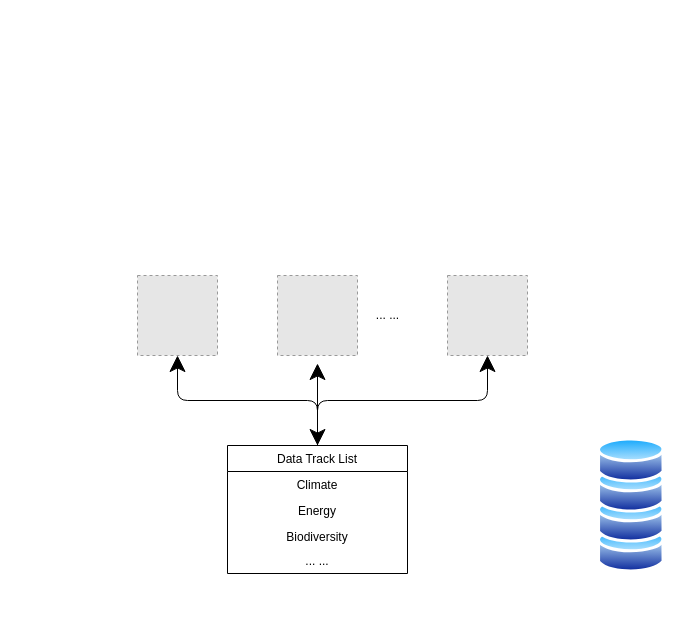
Before: Untitled Diagram.drawio in ruibei/greenpeace_datahub, a draw.io diagram. Source tidied: cells renumbered, new cells numbered last; positions are measured from the earlier drawing's top-left corner, leaving out a move shared by most shapes. Both pictures are drawn from the tidied source at 100%, with x=0, y=0 at pixel (137, 275). Pictures stored in the file or linked from it are replaced by grey dashed boxes.
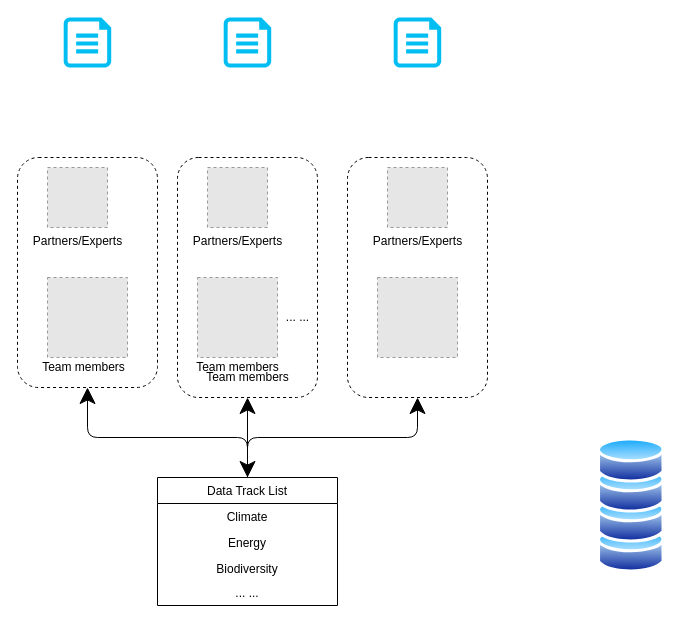
Above is the later version.

Change to the diagram source:
```diff
@@
     <mxCell id="2" value="Data Track List" style="swimlane;fontStyle=0;horizontal=1;startSize=26;fillColor=none;hachureGap=4;" parent="1" vertex="1">
-      <mxGeometry x="90" y="170" width="180" height="128" as="geometry" />
+      <mxGeometry x="20" y="202" width="180" height="128" as="geometry" />
     </mxCell>
@@
     <mxCell id="11" style="fillColor=#E6E6E6;strokeColor=#999999;dashed=1;html=1;verticalAlign=top;verticalLabelPosition=bottom;labelBackgroundColor=#ffffff;" parent="1" vertex="1">
-      <mxGeometry width="80" height="80" as="geometry" />
+      <mxGeometry x="-90" y="2" width="80" height="80" as="geometry" />
     </mxCell>
-    <mxCell id="12" style="fillColor=#E6E6E6;strokeColor=#999999;dashed=1;html=1;verticalAlign=top;verticalLabelPosition=bottom;labelBackgroundColor=#ffffff;" parent="1" vertex="1">
-      <mxGeometry x="140" width="80" height="80" as="geometry" />
-    </mxCell>
-    <mxCell id="13" style="fillColor=#E6E6E6;strokeColor=#999999;dashed=1;html=1;verticalAlign=top;verticalLabelPosition=bottom;labelBackgroundColor=#ffffff;" parent="1" vertex="1">
-      <mxGeometry x="310" width="80" height="80" as="geometry" />
-    </mxCell>
     <mxCell id="14" value="... ..." style="text;html=1;align=center;verticalAlign=middle;strokeColor=none;fillColor=none;" parent="1" vertex="1">
-      <mxGeometry x="230" y="30" width="40" height="20" as="geometry" />
+      <mxGeometry x="140" y="32" width="40" height="20" as="geometry" />
     </mxCell>
-    <mxCell id="15" style="edgeStyle=elbowEdgeStyle;elbow=vertical;endArrow=classic;html=1;startSize=14;endSize=14;sourcePerimeterSpacing=8;targetPerimeterSpacing=8;exitX=0.5;exitY=0;exitDx=0;exitDy=0;entryX=0.5;entryY=1;entryDx=0;entryDy=0;horizontal=1;" parent="1" edge="1" source="2" target="11">
-      <mxGeometry relative="1" as="geometry" />
+    <mxCell id="15" style="edgeStyle=elbowEdgeStyle;elbow=vertical;endArrow=classic;html=1;startSize=14;endSize=14;sourcePerimeterSpacing=8;targetPerimeterSpacing=8;exitX=0.5;exitY=0;exitDx=0;exitDy=0;horizontal=1;" parent="1" edge="1" source="2">
+      <mxGeometry relative="1" as="geometry">
+        <mxPoint x="-50" y="112" as="targetPoint" />
+        <Array as="points">
+          <mxPoint x="30" y="162" />
+        </Array>
+      </mxGeometry>
     </mxCell>
-    <mxCell id="16" style="edgeStyle=elbowEdgeStyle;elbow=vertical;endArrow=classic;html=1;startSize=14;endSize=14;sourcePerimeterSpacing=8;targetPerimeterSpacing=8;exitX=0.5;exitY=0;exitDx=0;exitDy=0;entryX=0.5;entryY=1;entryDx=0;entryDy=0;" parent="1" edge="1" source="2" target="13">
-      <mxGeometry relative="1" as="geometry" />
+    <mxCell id="16" style="edgeStyle=elbowEdgeStyle;elbow=vertical;endArrow=classic;html=1;startSize=14;endSize=14;sourcePerimeterSpacing=8;targetPerimeterSpacing=8;exitX=0.5;exitY=0;exitDx=0;exitDy=0;entryX=0.5;entryY=1;entryDx=0;entryDy=0;" parent="1" edge="1" source="2" target="20">
+      <mxGeometry relative="1" as="geometry">
+        <Array as="points">
+          <mxPoint x="190" y="162" />
+        </Array>
+      </mxGeometry>
     </mxCell>
-    <mxCell id="17" style="endArrow=classic;startArrow=classic;html=1;startSize=14;endSize=14;sourcePerimeterSpacing=8;targetPerimeterSpacing=8;" parent="1" edge="1" target="12">
-      <mxGeometry relative="1" as="geometry">
-        <mxPoint x="180" y="170" as="sourcePoint" />
-      </mxGeometry>
+    <mxCell id="17" style="endArrow=classic;startArrow=classic;html=1;startSize=14;endSize=14;sourcePerimeterSpacing=8;targetPerimeterSpacing=8;exitX=0.5;exitY=0;exitDx=0;exitDy=0;entryX=0.5;entryY=1;entryDx=0;entryDy=0;" parent="1" edge="1" source="2" target="28">
+      <mxGeometry relative="1" as="geometry" />
     </mxCell>
+    <mxCell id="18" value="Partners/Experts" style="fillColor=#E6E6E6;strokeColor=#999999;dashed=1;html=1;verticalAlign=top;verticalLabelPosition=bottom;labelBackgroundColor=#ffffff;" parent="1" vertex="1">
+      <mxGeometry x="-90" y="-108" width="60" height="60" as="geometry" />
+    </mxCell>
+    <mxCell id="19" value="Team members" style="text;html=1;align=center;verticalAlign=middle;strokeColor=none;fillColor=none;" parent="1" vertex="1">
+      <mxGeometry x="-103.8" y="82" width="100" height="20" as="geometry" />
+    </mxCell>
+    <mxCell id="20" style="rounded=1;whiteSpace=wrap;html=1;hachureGap=4;align=center;fillColor=none;dashed=1;" parent="1" vertex="1">
+      <mxGeometry x="210" y="-118" width="140" height="240" as="geometry" />
+    </mxCell>
+    <mxCell id="21" style="verticalLabelPosition=bottom;html=1;verticalAlign=top;align=center;strokeColor=none;fillColor=#00BEF2;shape=mxgraph.azure.cloud_services_configuration_file;hachureGap=4;" parent="1" vertex="1">
+      <mxGeometry x="-73.8" y="-258" width="47.5" height="50" as="geometry" />
+    </mxCell>
+    <mxCell id="22" style="verticalLabelPosition=bottom;html=1;verticalAlign=top;align=center;strokeColor=none;fillColor=#00BEF2;shape=mxgraph.azure.cloud_services_configuration_file;hachureGap=4;" parent="1" vertex="1">
+      <mxGeometry x="86.2" y="-258" width="47.5" height="50" as="geometry" />
+    </mxCell>
+    <mxCell id="23" style="verticalLabelPosition=bottom;html=1;verticalAlign=top;align=center;strokeColor=none;fillColor=#00BEF2;shape=mxgraph.azure.cloud_services_configuration_file;hachureGap=4;" parent="1" vertex="1">
+      <mxGeometry x="256.2" y="-258" width="47.5" height="50" as="geometry" />
+    </mxCell>
+    <mxCell id="24" style="fillColor=#E6E6E6;strokeColor=#999999;dashed=1;html=1;verticalAlign=top;verticalLabelPosition=bottom;labelBackgroundColor=#ffffff;" parent="1" vertex="1">
+      <mxGeometry x="60" y="2" width="80" height="80" as="geometry" />
+    </mxCell>
+    <mxCell id="25" value="Partners/Experts" style="fillColor=#E6E6E6;strokeColor=#999999;dashed=1;html=1;verticalAlign=top;verticalLabelPosition=bottom;labelBackgroundColor=#ffffff;" parent="1" vertex="1">
+      <mxGeometry x="70" y="-108" width="60" height="60" as="geometry" />
+    </mxCell>
+    <mxCell id="26" value="Team members" style="text;html=1;align=center;verticalAlign=middle;strokeColor=none;fillColor=none;" parent="1" vertex="1">
+      <mxGeometry x="50" y="82" width="100" height="20" as="geometry" />
+    </mxCell>
+    <mxCell id="27" style="rounded=1;whiteSpace=wrap;html=1;hachureGap=4;align=center;fillColor=none;dashed=1;" parent="1" vertex="1">
+      <mxGeometry x="-120" y="-118" width="140" height="230" as="geometry" />
+    </mxCell>
+    <mxCell id="28" style="rounded=1;whiteSpace=wrap;html=1;hachureGap=4;align=center;fillColor=none;dashed=1;" parent="1" vertex="1">
+      <mxGeometry x="40" y="-118" width="140" height="240" as="geometry" />
+    </mxCell>
+    <mxCell id="29" style="fillColor=#E6E6E6;strokeColor=#999999;dashed=1;html=1;verticalAlign=top;verticalLabelPosition=bottom;labelBackgroundColor=#ffffff;" parent="1" vertex="1">
+      <mxGeometry x="240" y="2" width="80" height="80" as="geometry" />
+    </mxCell>
+    <mxCell id="30" value="Partners/Experts" style="fillColor=#E6E6E6;strokeColor=#999999;dashed=1;html=1;verticalAlign=top;verticalLabelPosition=bottom;labelBackgroundColor=#ffffff;" parent="1" vertex="1">
+      <mxGeometry x="250" y="-108" width="60" height="60" as="geometry" />
+    </mxCell>
+    <mxCell id="31" value="Team members" style="text;html=1;align=center;verticalAlign=middle;strokeColor=none;fillColor=none;" parent="1" vertex="1">
+      <mxGeometry x="60" y="92" width="100" height="20" as="geometry" />
+    </mxCell>
```
